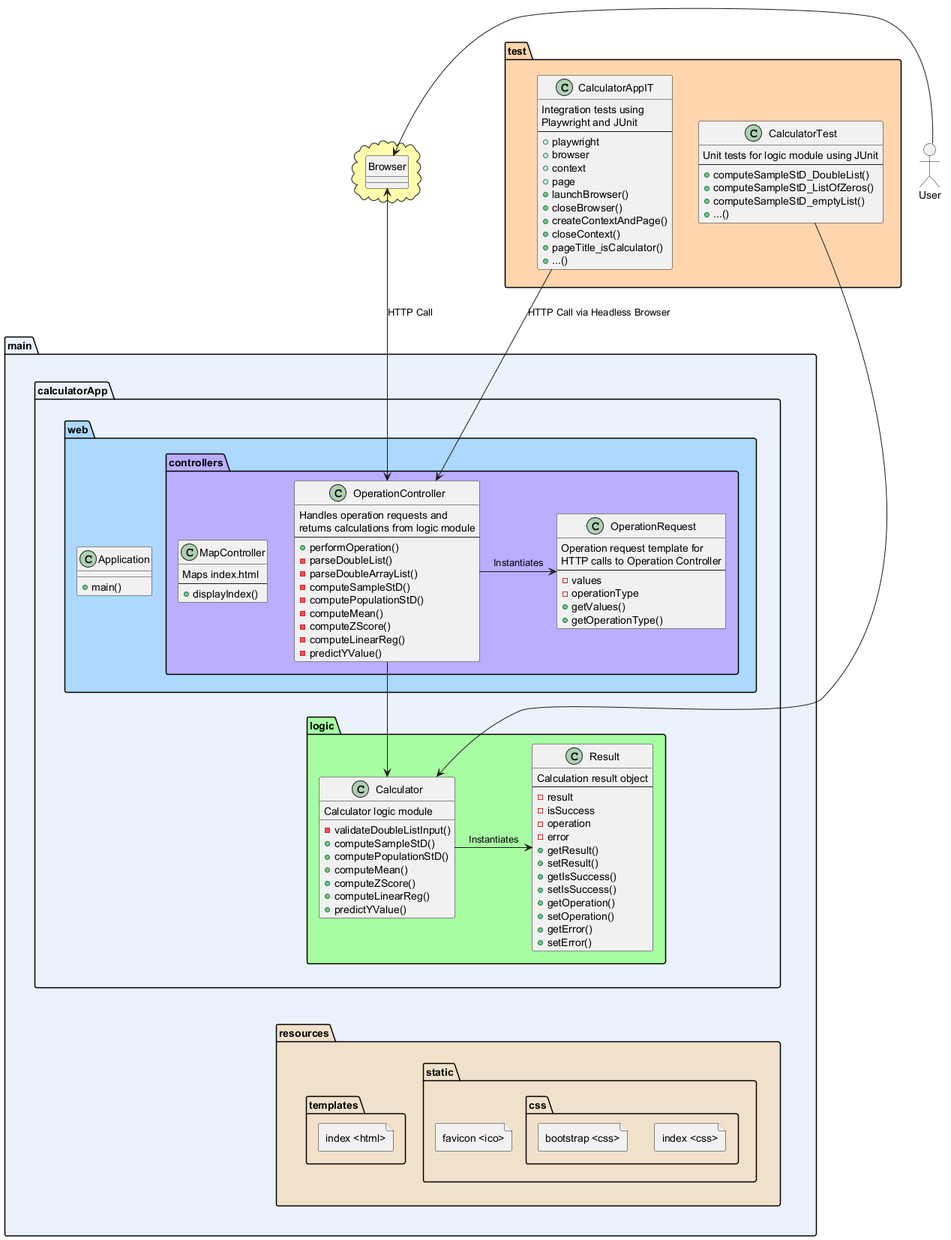
Before: assets/ClassDiagram.png, a diagram exported from PlantUML (wvwa25/SWE-3643-Fall2024-Project).
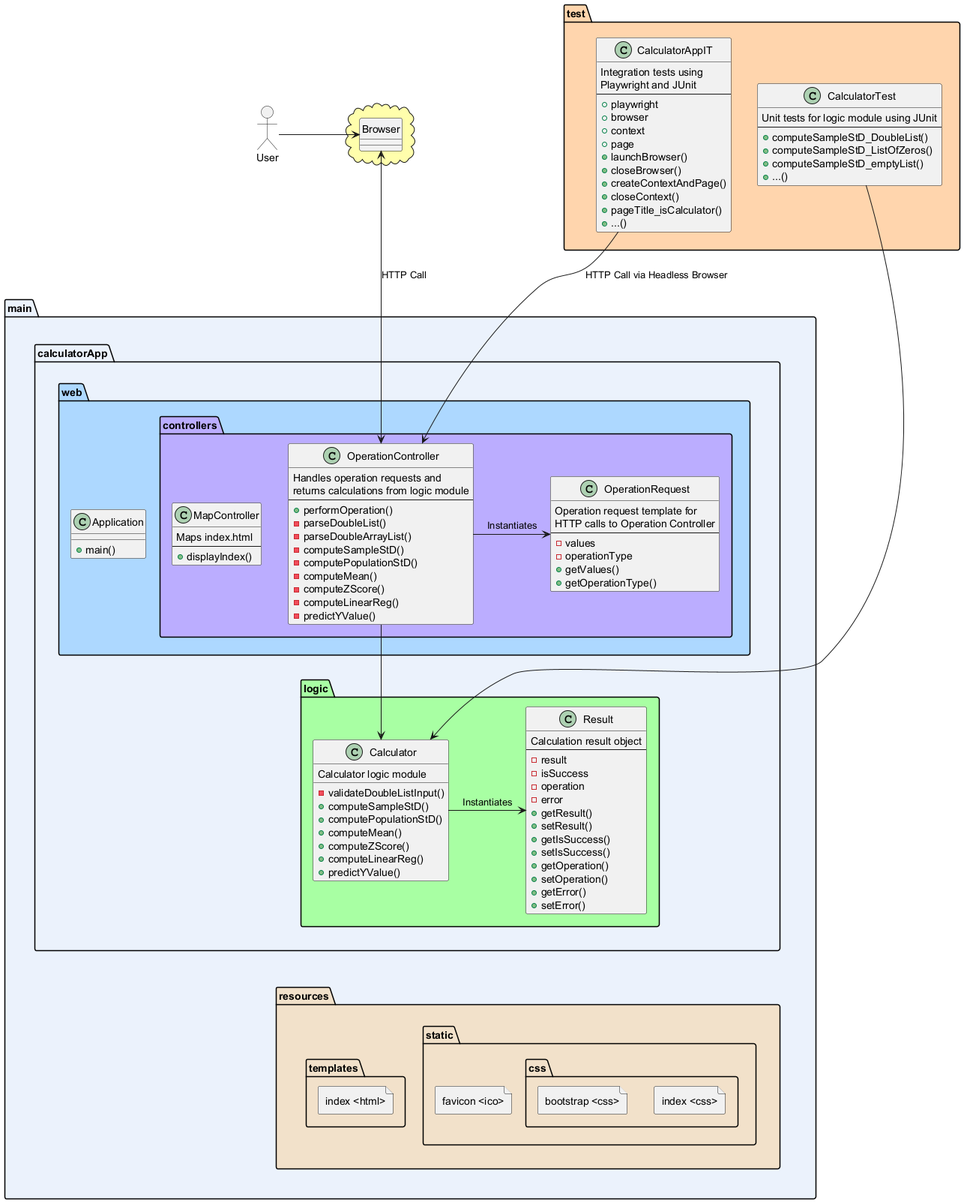
The same diagram one commit later.

Commit message:
Updated UML Diagram

Diff of the diagram source:
```diff
@@ -133,5 +133,6 @@
 Browser -[hidden]-> calculatorApp
 test -[hidden]-> main
 Calculator -[hidden]-> resources
+User -[hidden]-> Application
 
 @enduml
```
